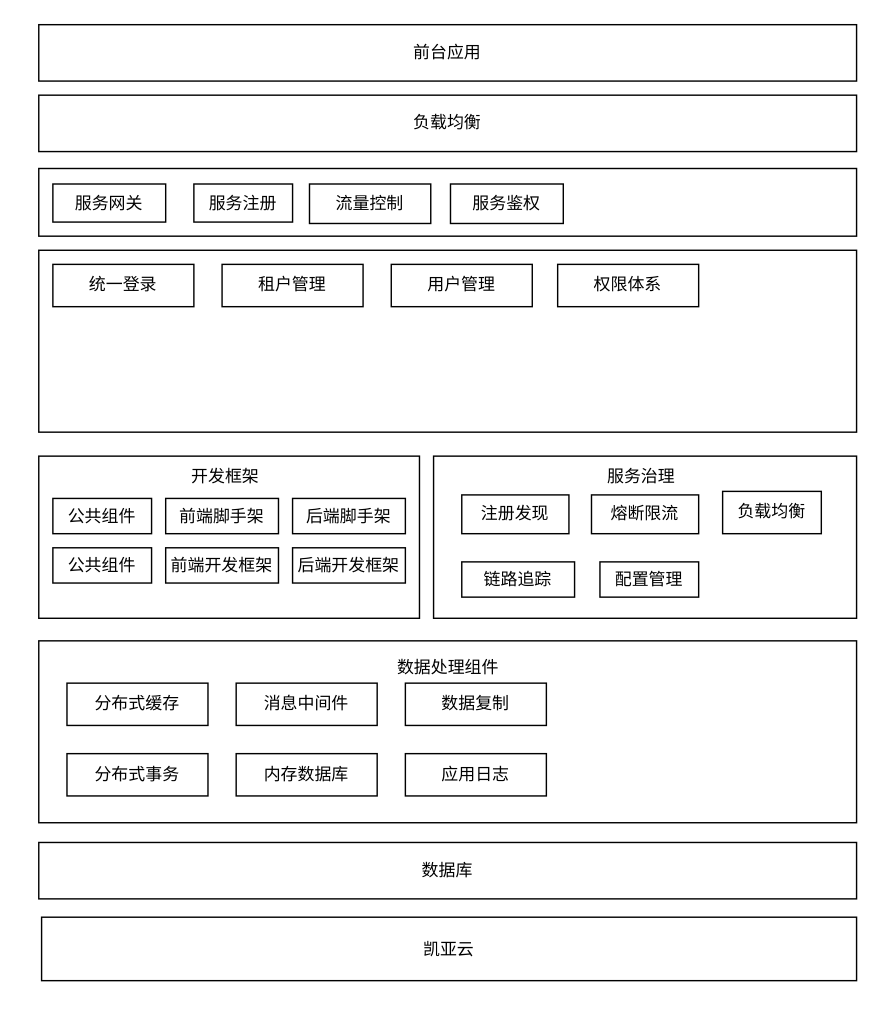
This is page "技术中台" (1 of 3) of 中台能力架构.drawio from huyunzhen/diagrams, a draw.io file, before an edit. Source tidied: cells renumbered, new cells numbered last; positions are measured from the earlier drawing's top-left corner, leaving out a move shared by most shapes. Both pictures are drawn from the tidied source at 141%, with x=0, y=0 at pixel (38, 24).
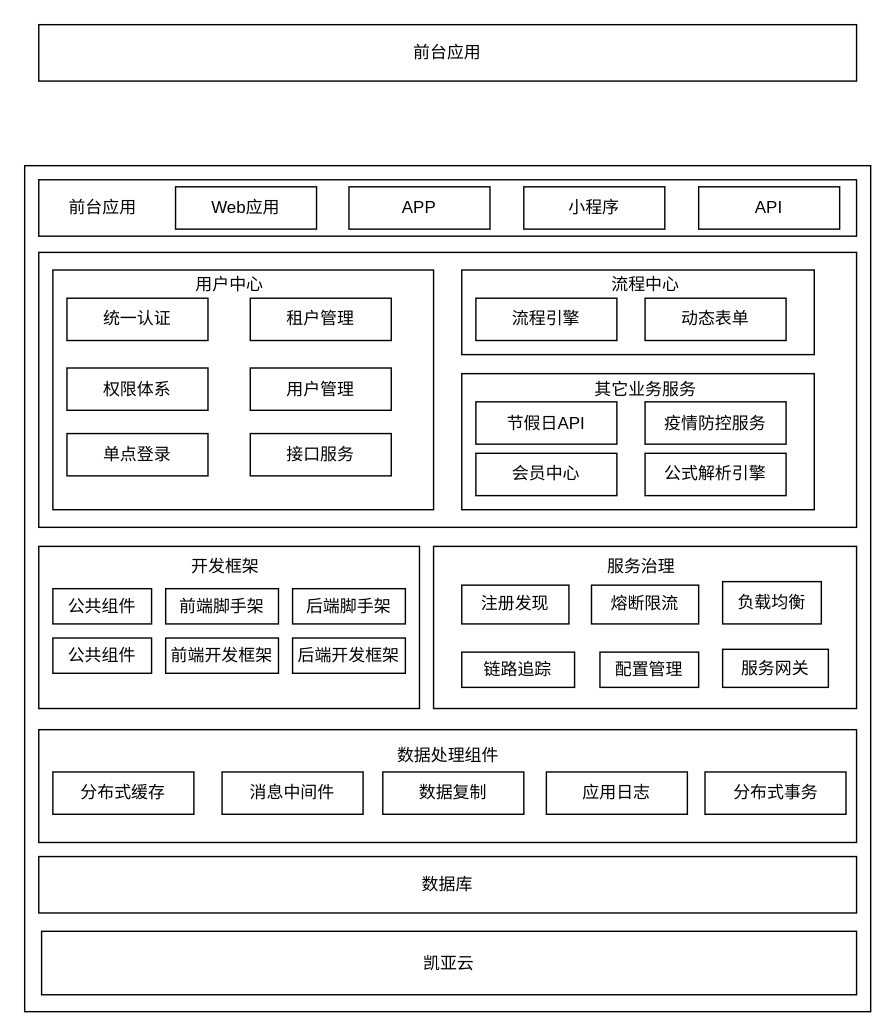
Above is the later version.

Commit message:
更新中台能力架构.drawio

What changed in the source:
```diff
@@
+    <mxCell id="39" style="rounded=0;whiteSpace=wrap;html=1;" parent="1" vertex="1">
+      <mxGeometry x="-10" y="100" width="600" height="600" as="geometry" />
+    </mxCell>
+    <mxCell id="40" style="rounded=0;whiteSpace=wrap;html=1;sketch=0;glass=0;labelBackgroundColor=none;" parent="1" vertex="1">
+      <mxGeometry y="161.5" width="580" height="195" as="geometry" />
+    </mxCell>
@@
-    <mxCell id="3" value="负载均衡" style="rounded=0;whiteSpace=wrap;html=1;sketch=0;glass=0;labelBackgroundColor=none;" parent="1" vertex="1">
-      <mxGeometry y="50" width="580" height="40" as="geometry" />
-    </mxCell>
-    <mxCell id="4" style="rounded=0;whiteSpace=wrap;html=1;sketch=0;glass=0;labelBackgroundColor=none;" parent="1" vertex="1">
-      <mxGeometry y="102" width="580" height="48" as="geometry" />
-    </mxCell>
-    <mxCell id="5" value="服务注册" style="rounded=0;whiteSpace=wrap;html=1;sketch=0;glass=0;labelBackgroundColor=none;" parent="1" vertex="1">
-      <mxGeometry x="110" y="113" width="70" height="27" as="geometry" />
-    </mxCell>
-    <mxCell id="6" value="流量控制" style="rounded=0;whiteSpace=wrap;html=1;sketch=0;glass=0;labelBackgroundColor=none;" parent="1" vertex="1">
-      <mxGeometry x="192" y="113" width="86" height="28" as="geometry" />
-    </mxCell>
-    <mxCell id="7" value="服务鉴权" style="rounded=0;whiteSpace=wrap;html=1;sketch=0;glass=0;labelBackgroundColor=none;" parent="1" vertex="1">
-      <mxGeometry x="292" y="113" width="80" height="28" as="geometry" />
-    </mxCell>
     <mxCell id="8" style="rounded=0;whiteSpace=wrap;html=1;sketch=0;glass=0;labelBackgroundColor=none;" parent="1" vertex="1">
-      <mxGeometry y="306" width="270" height="115" as="geometry" />
+      <mxGeometry y="370" width="270" height="115" as="geometry" />
     </mxCell>
     <mxCell id="9" value="前端开发框架" style="rounded=0;whiteSpace=wrap;html=1;sketch=0;glass=0;labelBackgroundColor=none;" parent="1" vertex="1">
-      <mxGeometry x="90" y="371" width="80" height="25" as="geometry" />
+      <mxGeometry x="90" y="435" width="80" height="25" as="geometry" />
     </mxCell>
     <mxCell id="10" value="后端开发框架" style="rounded=0;whiteSpace=wrap;html=1;sketch=0;glass=0;labelBackgroundColor=none;" parent="1" vertex="1">
-      <mxGeometry x="180" y="371" width="80" height="25" as="geometry" />
+      <mxGeometry x="180" y="435" width="80" height="25" as="geometry" />
     </mxCell>
     <mxCell id="11" value="开发框架" style="text;html=1;align=center;verticalAlign=middle;rounded=0;sketch=0;glass=0;labelBackgroundColor=none;" parent="1" vertex="1">
-      <mxGeometry x="97" y="306" width="70" height="30" as="geometry" />
+      <mxGeometry x="97" y="370" width="70" height="30" as="geometry" />
     </mxCell>
     <mxCell id="12" style="rounded=0;whiteSpace=wrap;html=1;sketch=0;glass=0;labelBackgroundColor=none;" parent="1" vertex="1">
-      <mxGeometry x="280" y="306" width="300" height="115" as="geometry" />
+      <mxGeometry x="280" y="370" width="300" height="115" as="geometry" />
     </mxCell>
     <mxCell id="13" value="熔断限流" style="rounded=0;whiteSpace=wrap;html=1;sketch=0;glass=0;labelBackgroundColor=none;" parent="1" vertex="1">
-      <mxGeometry x="392" y="333.5" width="76" height="27.5" as="geometry" />
+      <mxGeometry x="392" y="397.5" width="76" height="27.5" as="geometry" />
     </mxCell>
     <mxCell id="14" value="负载均衡" style="rounded=0;whiteSpace=wrap;html=1;sketch=0;glass=0;labelBackgroundColor=none;" parent="1" vertex="1">
-      <mxGeometry x="485" y="331" width="70" height="30" as="geometry" />
+      <mxGeometry x="485" y="395" width="70" height="30" as="geometry" />
     </mxCell>
     <mxCell id="15" value="链路追踪" style="rounded=0;whiteSpace=wrap;html=1;sketch=0;glass=0;labelBackgroundColor=none;" parent="1" vertex="1">
-      <mxGeometry x="300" y="381" width="80" height="25" as="geometry" />
+      <mxGeometry x="300" y="445" width="80" height="25" as="geometry" />
     </mxCell>
     <mxCell id="16" value="配置管理" style="rounded=0;whiteSpace=wrap;html=1;sketch=0;glass=0;labelBackgroundColor=none;" parent="1" vertex="1">
-      <mxGeometry x="398" y="381" width="70" height="25" as="geometry" />
+      <mxGeometry x="398" y="445" width="70" height="25" as="geometry" />
     </mxCell>
     <mxCell id="17" style="rounded=0;whiteSpace=wrap;html=1;sketch=0;glass=0;labelBackgroundColor=none;" parent="1" vertex="1">
-      <mxGeometry y="437" width="580" height="129" as="geometry" />
+      <mxGeometry y="500" width="580" height="80" as="geometry" />
     </mxCell>
     <mxCell id="18" value="数据处理组件" style="text;html=1;align=center;verticalAlign=middle;rounded=0;sketch=0;hachureGap=4;jiggle=2;fontFamily=Architects Daughter;fontSize=12;glass=0;labelBackgroundColor=none;" parent="1" vertex="1">
-      <mxGeometry x="240" y="442" width="100" height="30" as="geometry" />
+      <mxGeometry x="240" y="505" width="100" height="30" as="geometry" />
     </mxCell>
     <mxCell id="19" value="分布式缓存" style="rounded=0;whiteSpace=wrap;html=1;sketch=0;glass=0;labelBackgroundColor=none;" parent="1" vertex="1">
-      <mxGeometry x="20" y="467" width="100" height="30" as="geometry" />
+      <mxGeometry x="10" y="530" width="100" height="30" as="geometry" />
     </mxCell>
     <mxCell id="20" value="消息中间件" style="rounded=0;whiteSpace=wrap;html=1;sketch=0;glass=0;labelBackgroundColor=none;" parent="1" vertex="1">
-      <mxGeometry x="140" y="467" width="100" height="30" as="geometry" />
+      <mxGeometry x="130" y="530" width="100" height="30" as="geometry" />
     </mxCell>
     <mxCell id="21" value="数据复制" style="rounded=0;whiteSpace=wrap;html=1;sketch=0;glass=0;labelBackgroundColor=none;" parent="1" vertex="1">
-      <mxGeometry x="260" y="467" width="100" height="30" as="geometry" />
+      <mxGeometry x="244" y="530" width="100" height="30" as="geometry" />
     </mxCell>
     <mxCell id="22" value="分布式事务" style="rounded=0;whiteSpace=wrap;html=1;sketch=0;glass=0;labelBackgroundColor=none;" parent="1" vertex="1">
-      <mxGeometry x="20" y="517" width="100" height="30" as="geometry" />
+      <mxGeometry x="472.5" y="530" width="100" height="30" as="geometry" />
     </mxCell>
-    <mxCell id="23" value="内存数据库" style="rounded=0;whiteSpace=wrap;html=1;sketch=0;glass=0;labelBackgroundColor=none;" parent="1" vertex="1">
-      <mxGeometry x="140" y="517" width="100" height="30" as="geometry" />
-    </mxCell>
     <mxCell id="24" value="应用日志" style="rounded=0;whiteSpace=wrap;html=1;sketch=0;glass=0;labelBackgroundColor=none;" parent="1" vertex="1">
-      <mxGeometry x="260" y="517" width="100" height="30" as="geometry" />
+      <mxGeometry x="360" y="530" width="100" height="30" as="geometry" />
     </mxCell>
     <mxCell id="25" value="服务治理" style="text;html=1;align=center;verticalAlign=middle;rounded=0;sketch=0;glass=0;labelBackgroundColor=none;" parent="1" vertex="1">
-      <mxGeometry x="392" y="306" width="70" height="30" as="geometry" />
+      <mxGeometry x="392" y="370" width="70" height="30" as="geometry" />
     </mxCell>
     <mxCell id="26" value="注册发现" style="rounded=0;whiteSpace=wrap;html=1;sketch=0;glass=0;labelBackgroundColor=none;" parent="1" vertex="1">
-      <mxGeometry x="300" y="333.5" width="76" height="27.5" as="geometry" />
+      <mxGeometry x="300" y="397.5" width="76" height="27.5" as="geometry" />
     </mxCell>
     <mxCell id="27" value="数据库" style="rounded=0;whiteSpace=wrap;html=1;sketch=0;glass=0;labelBackgroundColor=none;" parent="1" vertex="1">
-      <mxGeometry y="580" width="580" height="40" as="geometry" />
+      <mxGeometry y="590" width="580" height="40" as="geometry" />
     </mxCell>
     <mxCell id="28" value="凯亚云" style="rounded=0;whiteSpace=wrap;html=1;sketch=0;glass=0;labelBackgroundColor=none;" parent="1" vertex="1">
-      <mxGeometry x="2" y="633" width="578" height="45" as="geometry" />
+      <mxGeometry x="2" y="643" width="578" height="45" as="geometry" />
     </mxCell>
     <mxCell id="29" value="服务网关" style="rounded=0;whiteSpace=wrap;html=1;sketch=0;glass=0;labelBackgroundColor=none;" parent="1" vertex="1">
-      <mxGeometry x="10" y="113" width="80" height="27" as="geometry" />
+      <mxGeometry x="485" y="443" width="75" height="27" as="geometry" />
     </mxCell>
     <mxCell id="30" value="公共组件" style="rounded=0;whiteSpace=wrap;html=1;sketch=0;glass=0;labelBackgroundColor=none;" parent="1" vertex="1">
-      <mxGeometry x="10" y="336" width="70" height="25" as="geometry" />
+      <mxGeometry x="10" y="400" width="70" height="25" as="geometry" />
     </mxCell>
     <mxCell id="31" value="前端脚手架" style="rounded=0;whiteSpace=wrap;html=1;sketch=0;glass=0;labelBackgroundColor=none;" parent="1" vertex="1">
-      <mxGeometry x="90" y="336" width="80" height="25" as="geometry" />
+      <mxGeometry x="90" y="400" width="80" height="25" as="geometry" />
     </mxCell>
     <mxCell id="32" value="后端脚手架" style="rounded=0;whiteSpace=wrap;html=1;sketch=0;glass=0;labelBackgroundColor=none;" parent="1" vertex="1">
-      <mxGeometry x="180" y="336" width="80" height="25" as="geometry" />
+      <mxGeometry x="180" y="400" width="80" height="25" as="geometry" />
     </mxCell>
     <mxCell id="33" value="公共组件" style="rounded=0;whiteSpace=wrap;html=1;sketch=0;glass=0;labelBackgroundColor=none;" parent="1" vertex="1">
-      <mxGeometry x="10" y="371" width="70" height="25" as="geometry" />
+      <mxGeometry x="10" y="435" width="70" height="25" as="geometry" />
     </mxCell>
     <mxCell id="34" style="rounded=0;whiteSpace=wrap;html=1;sketch=0;glass=0;labelBackgroundColor=none;" parent="1" vertex="1">
-      <mxGeometry y="160" width="580" height="129" as="geometry" />
+      <mxGeometry x="10" y="174" width="270" height="170" as="geometry" />
     </mxCell>
-    <mxCell id="35" value="统一登录" style="rounded=0;whiteSpace=wrap;html=1;sketch=0;glass=0;labelBackgroundColor=none;" parent="1" vertex="1">
-      <mxGeometry x="10" y="170" width="100" height="30" as="geometry" />
+    <mxCell id="35" value="统一认证" style="rounded=0;whiteSpace=wrap;html=1;sketch=0;glass=0;labelBackgroundColor=none;" parent="1" vertex="1">
+      <mxGeometry x="20" y="194" width="100" height="30" as="geometry" />
     </mxCell>
+    <mxCell id="37" value="租户管理" style="rounded=0;whiteSpace=wrap;html=1;sketch=0;glass=0;labelBackgroundColor=none;" parent="1" vertex="1">
+      <mxGeometry x="150" y="194" width="100" height="30" as="geometry" />
+    </mxCell>
+    <mxCell id="41" value="单点登录" style="rounded=0;whiteSpace=wrap;html=1;sketch=0;glass=0;labelBackgroundColor=none;" parent="1" vertex="1">
+      <mxGeometry x="20" y="290" width="100" height="30" as="geometry" />
+    </mxCell>
+    <mxCell id="38" value="权限体系" style="rounded=0;whiteSpace=wrap;html=1;sketch=0;glass=0;labelBackgroundColor=none;" parent="1" vertex="1">
+      <mxGeometry x="20" y="243.5" width="100" height="30" as="geometry" />
+    </mxCell>
+    <mxCell id="42" value="用户中心" style="text;html=1;align=center;verticalAlign=middle;rounded=0;sketch=0;glass=0;labelBackgroundColor=none;" parent="1" vertex="1">
+      <mxGeometry x="100" y="170" width="70" height="30" as="geometry" />
+    </mxCell>
+    <mxCell id="43" style="rounded=0;whiteSpace=wrap;html=1;sketch=0;glass=0;labelBackgroundColor=none;" parent="1" vertex="1">
+      <mxGeometry x="300" y="174" width="250" height="60" as="geometry" />
+    </mxCell>
+    <mxCell id="44" value="流程中心" style="text;html=1;align=center;verticalAlign=middle;rounded=0;sketch=0;glass=0;labelBackgroundColor=none;" parent="1" vertex="1">
+      <mxGeometry x="395" y="170" width="70" height="30" as="geometry" />
+    </mxCell>
+    <mxCell id="45" value="流程引擎" style="rounded=0;whiteSpace=wrap;html=1;sketch=0;glass=0;labelBackgroundColor=none;" parent="1" vertex="1">
+      <mxGeometry x="310" y="194" width="100" height="30" as="geometry" />
+    </mxCell>
+    <mxCell id="46" value="动态表单" style="rounded=0;whiteSpace=wrap;html=1;sketch=0;glass=0;labelBackgroundColor=none;" parent="1" vertex="1">
+      <mxGeometry x="430" y="194" width="100" height="30" as="geometry" />
+    </mxCell>
+    <mxCell id="47" style="rounded=0;whiteSpace=wrap;html=1;sketch=0;glass=0;labelBackgroundColor=none;" parent="1" vertex="1">
+      <mxGeometry x="300" y="247.5" width="250" height="96.5" as="geometry" />
+    </mxCell>
+    <mxCell id="48" value="其它业务服务" style="text;html=1;align=center;verticalAlign=middle;rounded=0;sketch=0;glass=0;labelBackgroundColor=none;" parent="1" vertex="1">
+      <mxGeometry x="380" y="243.5" width="100" height="30" as="geometry" />
+    </mxCell>
+    <mxCell id="49" value="节假日API" style="rounded=0;whiteSpace=wrap;html=1;sketch=0;glass=0;labelBackgroundColor=none;" parent="1" vertex="1">
+      <mxGeometry x="310" y="267.5" width="100" height="30" as="geometry" />
+    </mxCell>
+    <mxCell id="50" value="疫情防控服务" style="rounded=0;whiteSpace=wrap;html=1;sketch=0;glass=0;labelBackgroundColor=none;" parent="1" vertex="1">
+      <mxGeometry x="430" y="267.5" width="100" height="30" as="geometry" />
+    </mxCell>
+    <mxCell id="51" value="会员中心" style="rounded=0;whiteSpace=wrap;html=1;sketch=0;glass=0;labelBackgroundColor=none;" parent="1" vertex="1">
+      <mxGeometry x="310" y="304" width="100" height="30" as="geometry" />
+    </mxCell>
+    <mxCell id="52" value="公式解析引擎" style="rounded=0;whiteSpace=wrap;html=1;sketch=0;glass=0;labelBackgroundColor=none;" parent="1" vertex="1">
+      <mxGeometry x="430" y="304" width="100" height="30" as="geometry" />
+    </mxCell>
+    <mxCell id="53" value="接口服务" style="rounded=0;whiteSpace=wrap;html=1;sketch=0;glass=0;labelBackgroundColor=none;" parent="1" vertex="1">
+      <mxGeometry x="150" y="290" width="100" height="30" as="geometry" />
+    </mxCell>
     <mxCell id="36" value="用户管理" style="rounded=0;whiteSpace=wrap;html=1;sketch=0;glass=0;labelBackgroundColor=none;" parent="1" vertex="1">
-      <mxGeometry x="250" y="170" width="100" height="30" as="geometry" />
+      <mxGeometry x="150" y="243.5" width="100" height="30" as="geometry" />
     </mxCell>
-    <mxCell id="37" value="租户管理" style="rounded=0;whiteSpace=wrap;html=1;sketch=0;glass=0;labelBackgroundColor=none;" parent="1" vertex="1">
-      <mxGeometry x="130" y="170" width="100" height="30" as="geometry" />
-    </mxCell>
-    <mxCell id="38" value="权限体系" style="rounded=0;whiteSpace=wrap;html=1;sketch=0;glass=0;labelBackgroundColor=none;" parent="1" vertex="1">
-      <mxGeometry x="368" y="170" width="100" height="30" as="geometry" />
-    </mxCell>
+    <mxCell id="54" style="rounded=0;whiteSpace=wrap;html=1;sketch=0;glass=0;labelBackgroundColor=none;" parent="1" vertex="1">
+      <mxGeometry y="110" width="580" height="40" as="geometry" />
+    </mxCell>
+    <mxCell id="55" value="Web应用" style="rounded=0;whiteSpace=wrap;html=1;sketch=0;glass=0;labelBackgroundColor=none;" parent="1" vertex="1">
+      <mxGeometry x="97" y="115" width="100" height="30" as="geometry" />
+    </mxCell>
+    <mxCell id="56" value="APP" style="rounded=0;whiteSpace=wrap;html=1;sketch=0;glass=0;labelBackgroundColor=none;" parent="1" vertex="1">
+      <mxGeometry x="220" y="115" width="100" height="30" as="geometry" />
+    </mxCell>
+    <mxCell id="57" value="小程序" style="rounded=0;whiteSpace=wrap;html=1;sketch=0;glass=0;labelBackgroundColor=none;" parent="1" vertex="1">
+      <mxGeometry x="344" y="115" width="100" height="30" as="geometry" />
+    </mxCell>
+    <mxCell id="58" value="API" style="rounded=0;whiteSpace=wrap;html=1;sketch=0;glass=0;labelBackgroundColor=none;" parent="1" vertex="1">
+      <mxGeometry x="468" y="115" width="100" height="30" as="geometry" />
+    </mxCell>
+    <mxCell id="59" value="前台应用" style="text;html=1;align=center;verticalAlign=middle;rounded=0;sketch=0;glass=0;labelBackgroundColor=none;" parent="1" vertex="1">
+      <mxGeometry x="10" y="115" width="70" height="30" as="geometry" />
+    </mxCell>
```
